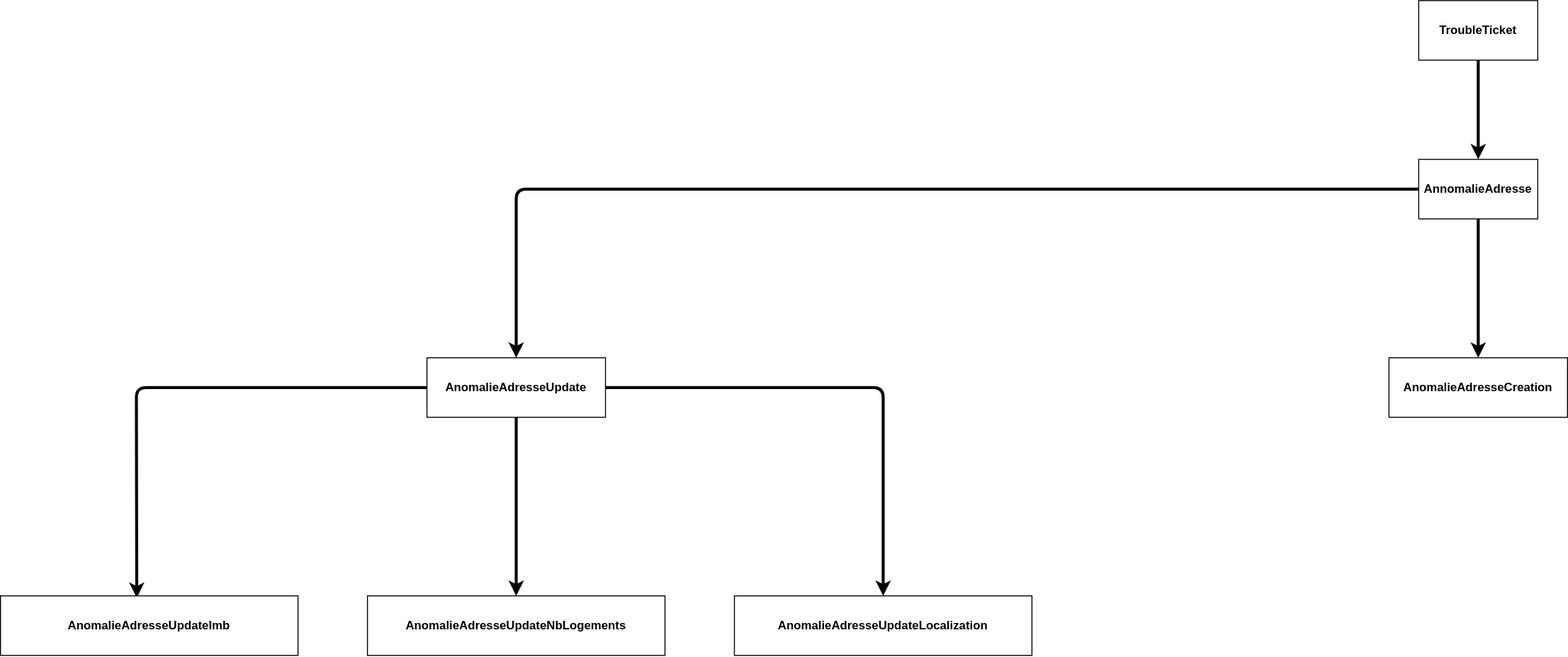
Above: type.drawio.svg in before-interop/anomalieAdresse (draw.io), before the change. Source tidied: cells renumbered, new cells last; positions are measured from the earlier drawing's top-left corner, leaving out a move shared by most shapes. Its diagram source:
```xml
<mxGraphModel>
  <root>
    <mxCell id="0" />
    <mxCell id="1" parent="0" />
    <mxCell id="2" style="edgeStyle=none;html=1;strokeWidth=3;" parent="1" edge="1" source="3" target="6">
      <mxGeometry relative="1" as="geometry" />
    </mxCell>
    <mxCell id="3" value="TroubleTicket" style="rounded=0;whiteSpace=wrap;html=1;fontStyle=1;" parent="1" vertex="1">
      <mxGeometry x="1430" width="120" height="60" as="geometry" />
    </mxCell>
    <mxCell id="4" style="edgeStyle=none;html=1;entryX=0.5;entryY=0;entryDx=0;entryDy=0;strokeWidth=3;" parent="1" edge="1" source="6" target="10">
      <mxGeometry relative="1" as="geometry">
        <Array as="points">
          <mxPoint x="520" y="190" />
        </Array>
      </mxGeometry>
    </mxCell>
    <mxCell id="5" style="edgeStyle=none;html=1;strokeWidth=3;" parent="1" edge="1" source="6" target="14">
      <mxGeometry relative="1" as="geometry" />
    </mxCell>
    <mxCell id="6" value="AnnomalieAdresse" style="rounded=0;whiteSpace=wrap;html=1;fontStyle=1;" parent="1" vertex="1">
      <mxGeometry x="1430" y="160" width="120" height="60" as="geometry" />
    </mxCell>
    <mxCell id="7" style="edgeStyle=none;html=1;entryX=0.458;entryY=0.032;entryDx=0;entryDy=0;entryPerimeter=0;strokeWidth=3;" parent="1" edge="1" source="10" target="11">
      <mxGeometry relative="1" as="geometry">
        <Array as="points">
          <mxPoint x="137" y="390" />
        </Array>
      </mxGeometry>
    </mxCell>
    <mxCell id="8" style="edgeStyle=none;html=1;strokeWidth=3;" parent="1" edge="1" source="10" target="12">
      <mxGeometry relative="1" as="geometry" />
    </mxCell>
    <mxCell id="9" style="edgeStyle=none;html=1;entryX=0.5;entryY=0;entryDx=0;entryDy=0;strokeWidth=3;" parent="1" edge="1" source="10" target="13">
      <mxGeometry relative="1" as="geometry">
        <Array as="points">
          <mxPoint x="890" y="390" />
        </Array>
      </mxGeometry>
    </mxCell>
    <mxCell id="10" value="AnomalieAdresseUpdate" style="rounded=0;whiteSpace=wrap;html=1;fontStyle=1;" parent="1" vertex="1">
      <mxGeometry x="430" y="360" width="180" height="60" as="geometry" />
    </mxCell>
    <mxCell id="11" value="AnomalieAdresseUpdateImb" style="rounded=0;whiteSpace=wrap;html=1;fontStyle=1;" parent="1" vertex="1">
      <mxGeometry y="600" width="300" height="60" as="geometry" />
    </mxCell>
    <mxCell id="12" value="AnomalieAdresseUpdateNbLogements" style="rounded=0;whiteSpace=wrap;html=1;fontStyle=1;" parent="1" vertex="1">
      <mxGeometry x="370" y="600" width="300" height="60" as="geometry" />
    </mxCell>
    <mxCell id="13" value="AnomalieAdresseUpdateLocalization" style="rounded=0;whiteSpace=wrap;html=1;fontStyle=1;" parent="1" vertex="1">
      <mxGeometry x="740" y="600" width="300" height="60" as="geometry" />
    </mxCell>
    <mxCell id="14" value="AnomalieAdresseCreation" style="rounded=0;whiteSpace=wrap;html=1;fontStyle=1;" parent="1" vertex="1">
      <mxGeometry x="1400" y="360" width="180" height="60" as="geometry" />
    </mxCell>
  </root>
</mxGraphModel>
```
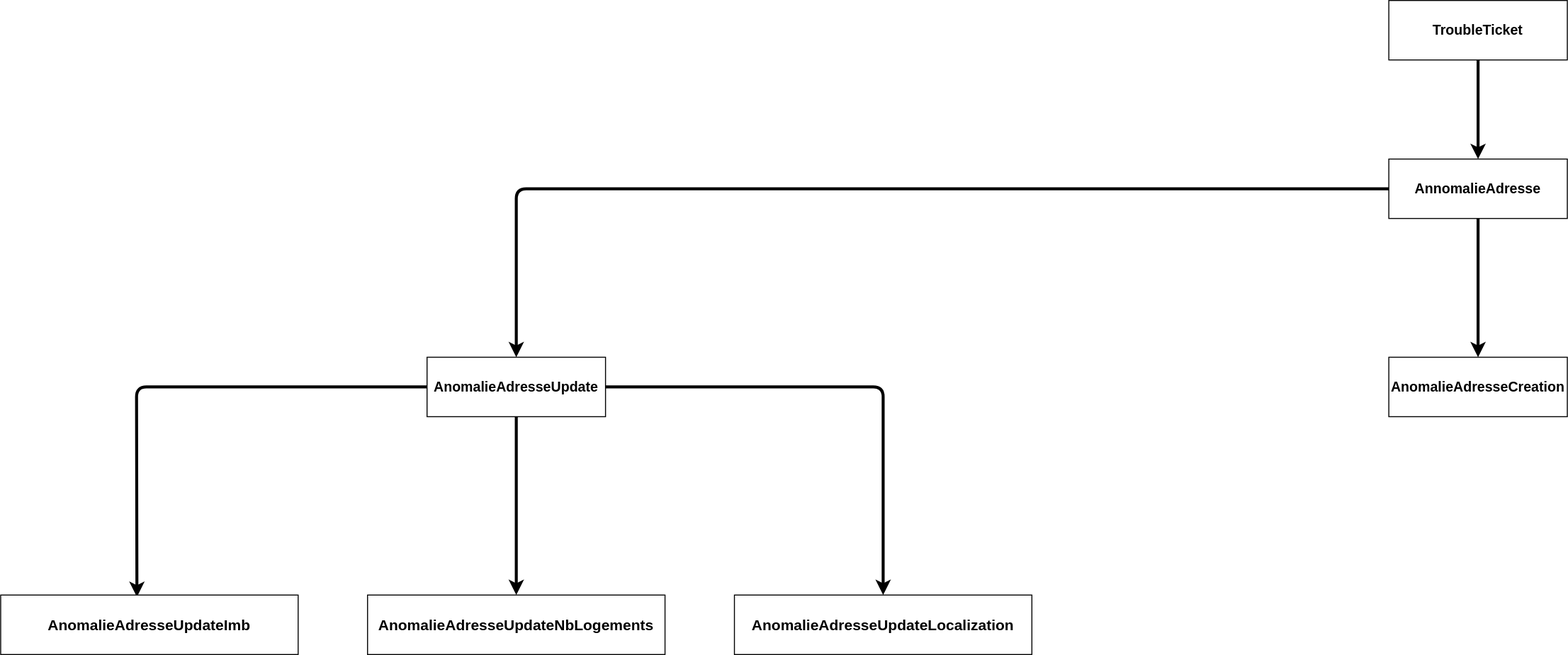
Above is the later version.

Commit message:
update type schema

What changed in the source:
```diff
@@ -5,8 +5,8 @@
     <mxCell id="2" style="edgeStyle=none;html=1;strokeWidth=3;" parent="1" edge="1" source="3" target="6">
       <mxGeometry relative="1" as="geometry" />
     </mxCell>
-    <mxCell id="3" value="TroubleTicket" style="rounded=0;whiteSpace=wrap;html=1;fontStyle=1;" parent="1" vertex="1">
-      <mxGeometry x="1430" width="120" height="60" as="geometry" />
+    <mxCell id="3" value="TroubleTicket" style="rounded=0;whiteSpace=wrap;html=1;fontStyle=1;fontSize=14;" parent="1" vertex="1">
+      <mxGeometry x="1400" width="180" height="60" as="geometry" />
     </mxCell>
     <mxCell id="4" style="edgeStyle=none;html=1;entryX=0.5;entryY=0;entryDx=0;entryDy=0;strokeWidth=3;" parent="1" edge="1" source="6" target="10">
       <mxGeometry relative="1" as="geometry">
@@ -18,8 +18,8 @@
     <mxCell id="5" style="edgeStyle=none;html=1;strokeWidth=3;" parent="1" edge="1" source="6" target="14">
       <mxGeometry relative="1" as="geometry" />
     </mxCell>
-    <mxCell id="6" value="AnnomalieAdresse" style="rounded=0;whiteSpace=wrap;html=1;fontStyle=1;" parent="1" vertex="1">
-      <mxGeometry x="1430" y="160" width="120" height="60" as="geometry" />
+    <mxCell id="6" value="AnnomalieAdresse" style="rounded=0;whiteSpace=wrap;html=1;fontStyle=1;fontSize=14;" parent="1" vertex="1">
+      <mxGeometry x="1400" y="160" width="180" height="60" as="geometry" />
     </mxCell>
     <mxCell id="7" style="edgeStyle=none;html=1;entryX=0.458;entryY=0.032;entryDx=0;entryDy=0;entryPerimeter=0;strokeWidth=3;" parent="1" edge="1" source="10" target="11">
       <mxGeometry relative="1" as="geometry">
@@ -38,19 +38,19 @@
         </Array>
       </mxGeometry>
     </mxCell>
-    <mxCell id="10" value="AnomalieAdresseUpdate" style="rounded=0;whiteSpace=wrap;html=1;fontStyle=1;" parent="1" vertex="1">
+    <mxCell id="10" value="AnomalieAdresseUpdate" style="rounded=0;whiteSpace=wrap;html=1;fontStyle=1;fontSize=14;" parent="1" vertex="1">
       <mxGeometry x="430" y="360" width="180" height="60" as="geometry" />
     </mxCell>
-    <mxCell id="11" value="AnomalieAdresseUpdateImb" style="rounded=0;whiteSpace=wrap;html=1;fontStyle=1;" parent="1" vertex="1">
+    <mxCell id="11" value="AnomalieAdresseUpdateImb" style="rounded=0;whiteSpace=wrap;html=1;fontStyle=1;fontSize=15;" parent="1" vertex="1">
       <mxGeometry y="600" width="300" height="60" as="geometry" />
     </mxCell>
-    <mxCell id="12" value="AnomalieAdresseUpdateNbLogements" style="rounded=0;whiteSpace=wrap;html=1;fontStyle=1;" parent="1" vertex="1">
+    <mxCell id="12" value="AnomalieAdresseUpdateNbLogements" style="rounded=0;whiteSpace=wrap;html=1;fontStyle=1;fontSize=15;" parent="1" vertex="1">
       <mxGeometry x="370" y="600" width="300" height="60" as="geometry" />
     </mxCell>
-    <mxCell id="13" value="AnomalieAdresseUpdateLocalization" style="rounded=0;whiteSpace=wrap;html=1;fontStyle=1;" parent="1" vertex="1">
+    <mxCell id="13" value="AnomalieAdresseUpdateLocalization" style="rounded=0;whiteSpace=wrap;html=1;fontStyle=1;fontSize=15;" parent="1" vertex="1">
       <mxGeometry x="740" y="600" width="300" height="60" as="geometry" />
     </mxCell>
-    <mxCell id="14" value="AnomalieAdresseCreation" style="rounded=0;whiteSpace=wrap;html=1;fontStyle=1;" parent="1" vertex="1">
+    <mxCell id="14" value="AnomalieAdresseCreation" style="rounded=0;whiteSpace=wrap;html=1;fontStyle=1;fontSize=14;" parent="1" vertex="1">
       <mxGeometry x="1400" y="360" width="180" height="60" as="geometry" />
     </mxCell>
   </root>
```
